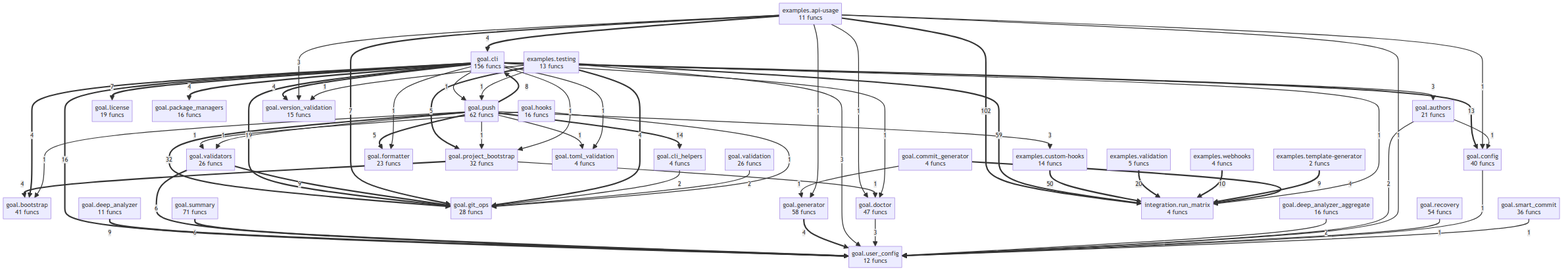
Before: project/compact_flow.png, a diagram exported from Mermaid (semcod/goal). Its source is kept beside it as project/compact_flow.mmd.
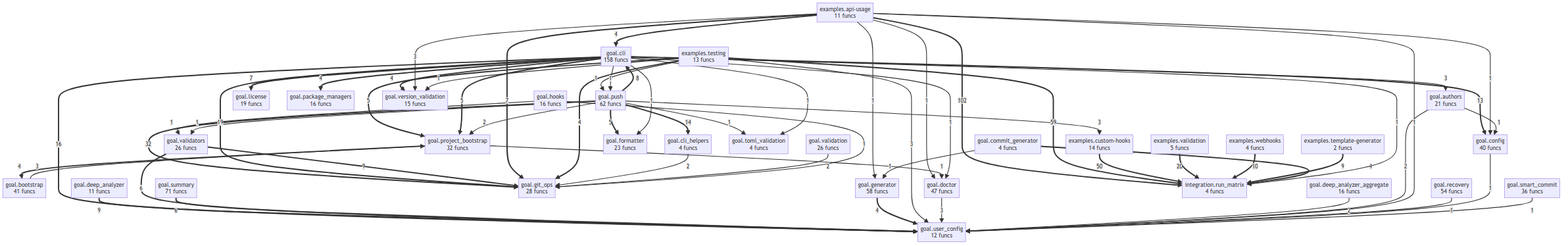
The same diagram one commit later.

Change to the diagram source:
```diff
@@ -7,7 +7,7 @@
     examples__webhooks["examples.webhooks<br/>4 funcs"]
     goal__authors["goal.authors<br/>21 funcs"]
     goal__bootstrap["goal.bootstrap<br/>41 funcs"]
-    goal__cli["goal.cli<br/>156 funcs"]
+    goal__cli["goal.cli<br/>158 funcs"]
     goal__cli_helpers["goal.cli_helpers<br/>4 funcs"]
     goal__commit_generator["goal.commit_generator<br/>4 funcs"]
     goal__config["goal.config<br/>40 funcs"]
@@ -51,44 +51,43 @@
     goal__summary ==>|6| goal__user_config
     examples__testing ==>|5| goal__project_bootstrap
     goal__push ==>|5| goal__formatter
+    goal__cli ==>|5| goal__project_bootstrap
     examples__api_usage ==>|4| goal__cli
+    examples__testing ==>|4| goal__git_ops
+    goal__project_bootstrap ==>|4| goal__bootstrap
     goal__commit_generator ==>|4| integration__run_matrix
     goal__generator ==>|4| goal__user_config
-    goal__project_bootstrap ==>|4| goal__bootstrap
     goal__cli ==>|4| goal__version_validation
-    goal__cli ==>|4| goal__bootstrap
     goal__cli ==>|4| goal__package_managers
-    examples__testing ==>|4| goal__git_ops
     examples__api_usage -->|3| goal__version_validation
     examples__testing -->|3| goal__user_config
+    goal__bootstrap -->|3| goal__project_bootstrap
     goal__push -->|3| examples__custom_hooks
     goal__cli -->|3| goal__authors
     goal__doctor -->|3| goal__user_config
     goal__deep_analyzer_aggregate -->|2| goal__user_config
     goal__cli_helpers -->|2| goal__git_ops
+    goal__push -->|2| goal__project_bootstrap
     goal__validation -->|2| goal__git_ops
     goal__authors -->|2| goal__user_config
-    goal__cli -->|1| integration__run_matrix
-    goal__commit_generator -->|1| goal__generator
-    examples__api_usage -->|1| goal__generator
     examples__api_usage -->|1| goal__config
     examples__api_usage -->|1| goal__user_config
     examples__api_usage -->|1| goal__doctor
+    examples__api_usage -->|1| goal__generator
+    examples__testing -->|1| goal__version_validation
+    examples__testing -->|1| goal__push
+    goal__project_bootstrap -->|1| goal__doctor
+    goal__cli -->|1| integration__run_matrix
+    goal__commit_generator -->|1| goal__generator
     goal__hooks -->|1| goal__git_ops
     goal__hooks -->|1| goal__validators
-    goal__project_bootstrap -->|1| goal__doctor
     goal__recovery -->|1| goal__user_config
     goal__push -->|1| goal__toml_validation
-    goal__push -->|1| goal__bootstrap
-    goal__push -->|1| goal__project_bootstrap
     goal__push -->|1| goal__validators
     goal__cli -->|1| goal__doctor
     goal__cli -->|1| goal__formatter
-    goal__cli -->|1| goal__project_bootstrap
     goal__cli -->|1| goal__toml_validation
     goal__cli -->|1| goal__push
     goal__config -->|1| goal__user_config
-    examples__testing -->|1| goal__version_validation
-    examples__testing -->|1| goal__push
     goal__smart_commit -->|1| goal__user_config
     goal__authors -->|1| goal__config
```
